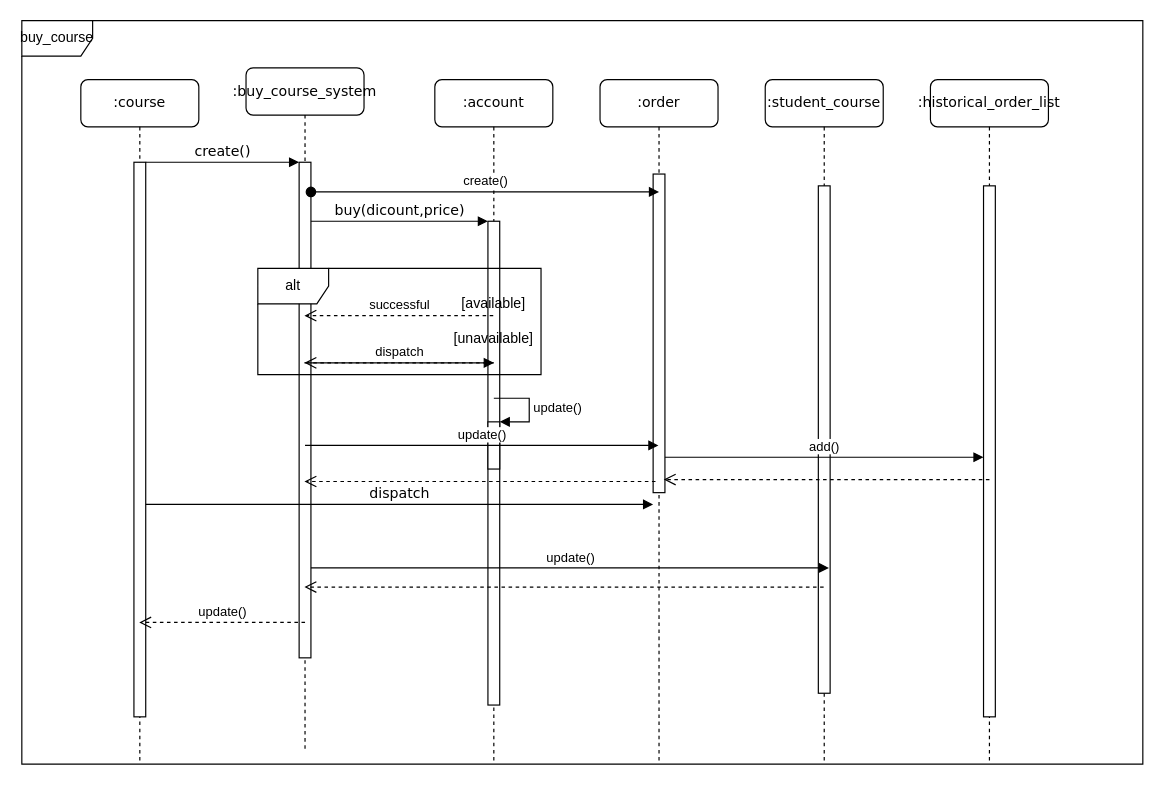
Silver-2333/myfile keeps this draw.io diagram as 未命名绘图.drawio. Above is the earlier version. Source tidied: cells renumbered, new cells numbered last; positions are measured from the earlier drawing's top-left corner, leaving out a move shared by most shapes. Both pictures are drawn from the tidied source at 118%, with x=0, y=0 at pixel (21, 20).
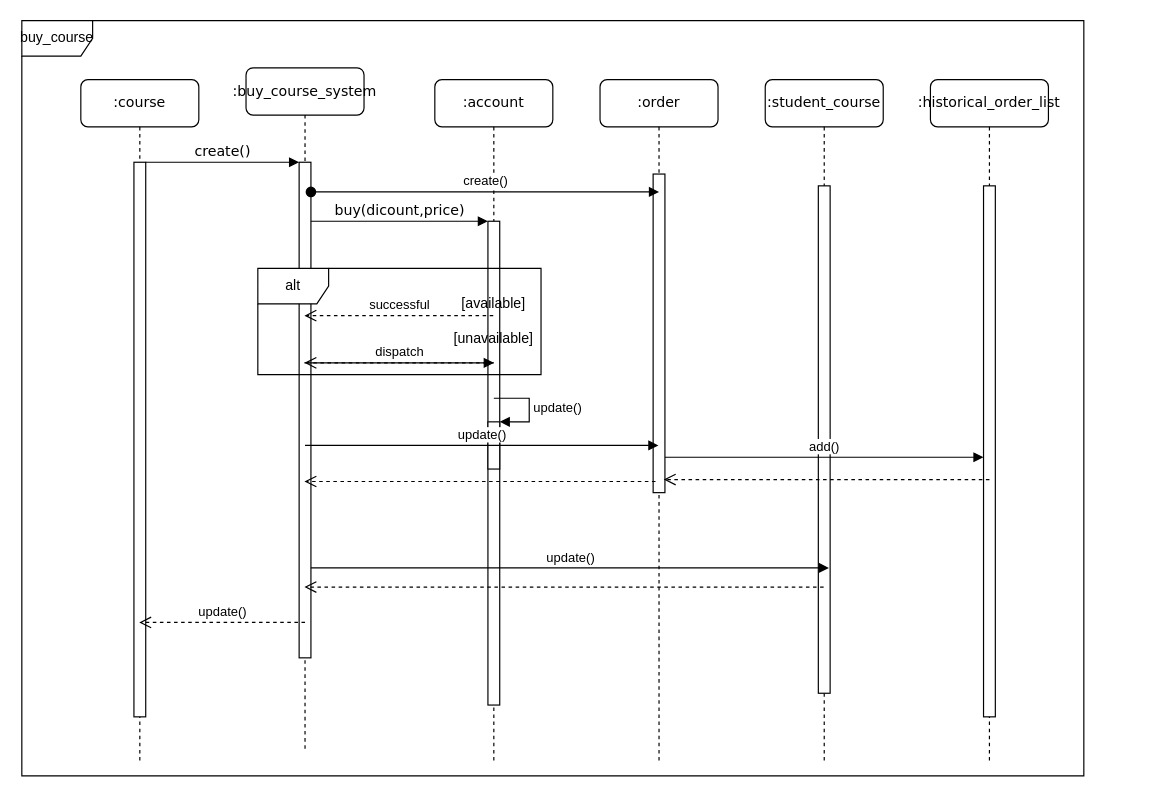
Above is the later version.

Commit message:
更新未命名绘图.drawio

The change refers to these unchanged cells:
```xml
<mxCell id="14" style="html=1;points=[];perimeter=orthogonalPerimeter;rounded=0;shadow=0;comic=0;labelBackgroundColor=none;strokeWidth=1;fontFamily=Verdana;fontSize=12;align=center;" parent="13" vertex="1">
  <mxGeometry x="45" y="70" width="10" height="470" as="geometry" />
</mxCell>
```

Diff of the diagram source:
```diff
@@
-    <mxCell id="17" value="dispatch" style="html=1;verticalAlign=bottom;endArrow=block;entryX=0;entryY=0;labelBackgroundColor=none;fontFamily=Verdana;fontSize=12;" parent="1" edge="1" source="14">
-      <mxGeometry relative="1" as="geometry">
-        <mxPoint x="535" y="410" as="targetPoint" />
-      </mxGeometry>
-    </mxCell>
@@
     <mxCell id="33" value="buy_course" style="shape=umlFrame;whiteSpace=wrap;html=1;" parent="1" vertex="1">
-      <mxGeometry width="950" height="630" as="geometry" />
+      <mxGeometry width="900" height="640" as="geometry" />
     </mxCell>
```
